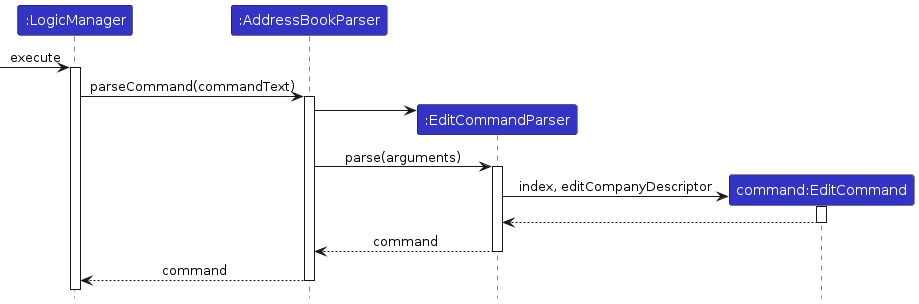
Before: diagrams/tracing/LogicSequenceDiagram.png, a diagram exported from PlantUML (AY2324S2-CS2103T-T13-2/tp). Its source is kept beside it as diagrams/tracing/LogicSequenceDiagram.puml.
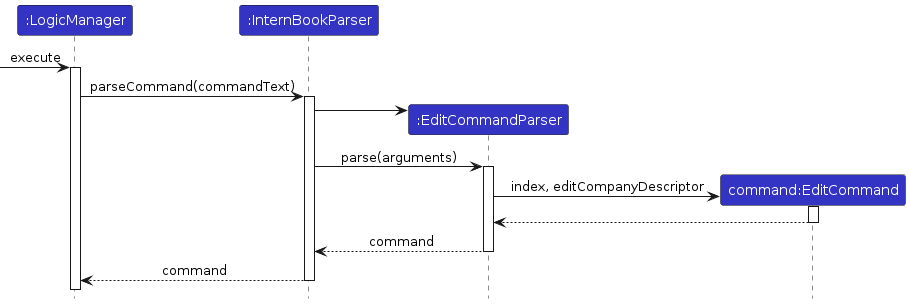
After the change.

The edit, as a diff of the source:
```diff
@@ -3,20 +3,20 @@
 skinparam ArrowFontStyle plain
 
 Participant ":LogicManager" as logic LOGIC_COLOR
-Participant ":AddressBookParser" as abp LOGIC_COLOR
+Participant ":InternBookParser" as inp LOGIC_COLOR
 Participant ":EditCommandParser" as ecp LOGIC_COLOR
 Participant "command:EditCommand" as ec LOGIC_COLOR
 
 [-> logic : execute
 activate logic
-logic -> abp ++: parseCommand(commandText)
+logic -> inp ++: parseCommand(commandText)
 create ecp
-abp -> ecp
-abp -> ecp ++: parse(arguments)
+inp -> ecp
+inp -> ecp ++: parse(arguments)
 create ec
 ecp -> ec ++: index, editCompanyDescriptor
 ec --> ecp --
-ecp --> abp --: command
-abp --> logic --: command
+ecp --> inp --: command
+inp --> logic --: command
 
 @enduml
```
